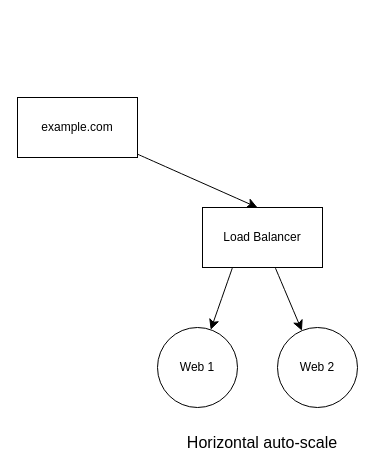
Above: Example.drawio in brendanmurty/draw.io (draw.io), before the change. Source tidied: cells renumbered, new cells numbered last; positions are measured from the earlier drawing's top-left corner, leaving out a move shared by most shapes. Both pictures are drawn from the tidied source at 100%, with x=0, y=0 at pixel (17, 97).
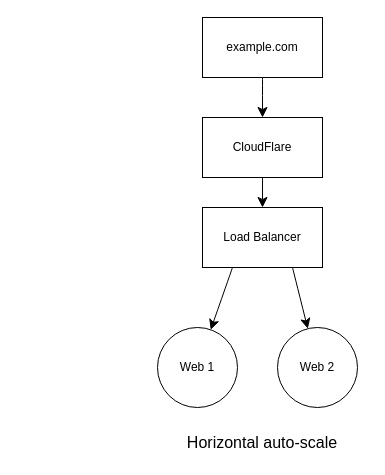
The same page after the edit.

Diff of the diagram source:
```diff
@@
 <mxGraphModel>
   <root>
     <mxCell id="0" />
     <mxCell id="1" parent="0" />
-    <mxCell id="2" style="edgeStyle=none;curved=1;rounded=0;jettySize=auto;html=1;fontSize=12;startSize=8;endSize=8;" parent="1" edge="1" source="3">
-      <mxGeometry relative="1" as="geometry">
-        <mxPoint x="240" y="110" as="targetPoint" />
-      </mxGeometry>
+    <mxCell id="2" style="edgeStyle=none;curved=1;rounded=0;jettySize=auto;html=1;fontSize=12;startSize=8;endSize=8;entryX=0.5;entryY=0;entryDx=0;entryDy=0;" parent="1" edge="1" source="3" target="11">
+      <mxGeometry relative="1" as="geometry" />
     </mxCell>
     <mxCell id="3" value="example.com" style="rounded=0;whiteSpace=wrap;html=1;" parent="1" vertex="1">
-      <mxGeometry width="120" height="60" as="geometry" />
+      <mxGeometry x="185" y="-80" width="120" height="60" as="geometry" />
     </mxCell>
     <mxCell id="4" value="Web 1" style="ellipse;whiteSpace=wrap;html=1;" parent="1" vertex="1">
       <mxGeometry x="140" y="230" width="80" height="80" as="geometry" />
     </mxCell>
     <mxCell id="5" value="Web 2" style="ellipse;whiteSpace=wrap;html=1;" parent="1" vertex="1">
       <mxGeometry x="260" y="230" width="80" height="80" as="geometry" />
     </mxCell>
     <mxCell id="6" value="Horizontal auto-scale" style="text;strokeColor=none;fillColor=none;html=1;align=center;verticalAlign=middle;whiteSpace=wrap;rounded=0;fontSize=16;" parent="1" vertex="1">
       <mxGeometry x="140" y="330" width="210" height="30" as="geometry" />
     </mxCell>
-    <mxCell id="7" style="edgeStyle=none;curved=1;rounded=0;jettySize=auto;html=1;fontSize=12;startSize=8;endSize=8;" parent="1" edge="1" source="9" target="5">
+    <mxCell id="7" style="edgeStyle=none;curved=1;rounded=0;jettySize=auto;html=1;fontSize=12;startSize=8;endSize=8;exitX=0.75;exitY=1;exitDx=0;exitDy=0;" parent="1" edge="1" source="9" target="5">
       <mxGeometry relative="1" as="geometry" />
     </mxCell>
     <mxCell id="8" style="edgeStyle=none;curved=1;rounded=0;jettySize=auto;html=1;exitX=0.25;exitY=1;exitDx=0;exitDy=0;fontSize=12;startSize=8;endSize=8;" parent="1" edge="1" source="9" target="4">
       <mxGeometry relative="1" as="geometry" />
     </mxCell>
     <mxCell id="9" value="Load Balancer" style="rounded=0;whiteSpace=wrap;html=1;" parent="1" vertex="1">
       <mxGeometry x="185" y="110" width="120" height="60" as="geometry" />
     </mxCell>
+    <mxCell id="10" style="edgeStyle=none;curved=1;rounded=0;jettySize=auto;html=1;fontSize=12;startSize=8;endSize=8;entryX=0.5;entryY=0;entryDx=0;entryDy=0;" parent="1" edge="1" source="11" target="9">
+      <mxGeometry relative="1" as="geometry" />
+    </mxCell>
+    <mxCell id="11" value="CloudFlare" style="rounded=0;whiteSpace=wrap;html=1;" parent="1" vertex="1">
+      <mxGeometry x="185" y="20" width="120" height="60" as="geometry" />
+    </mxCell>
   </root>
 </mxGraphModel>
```
